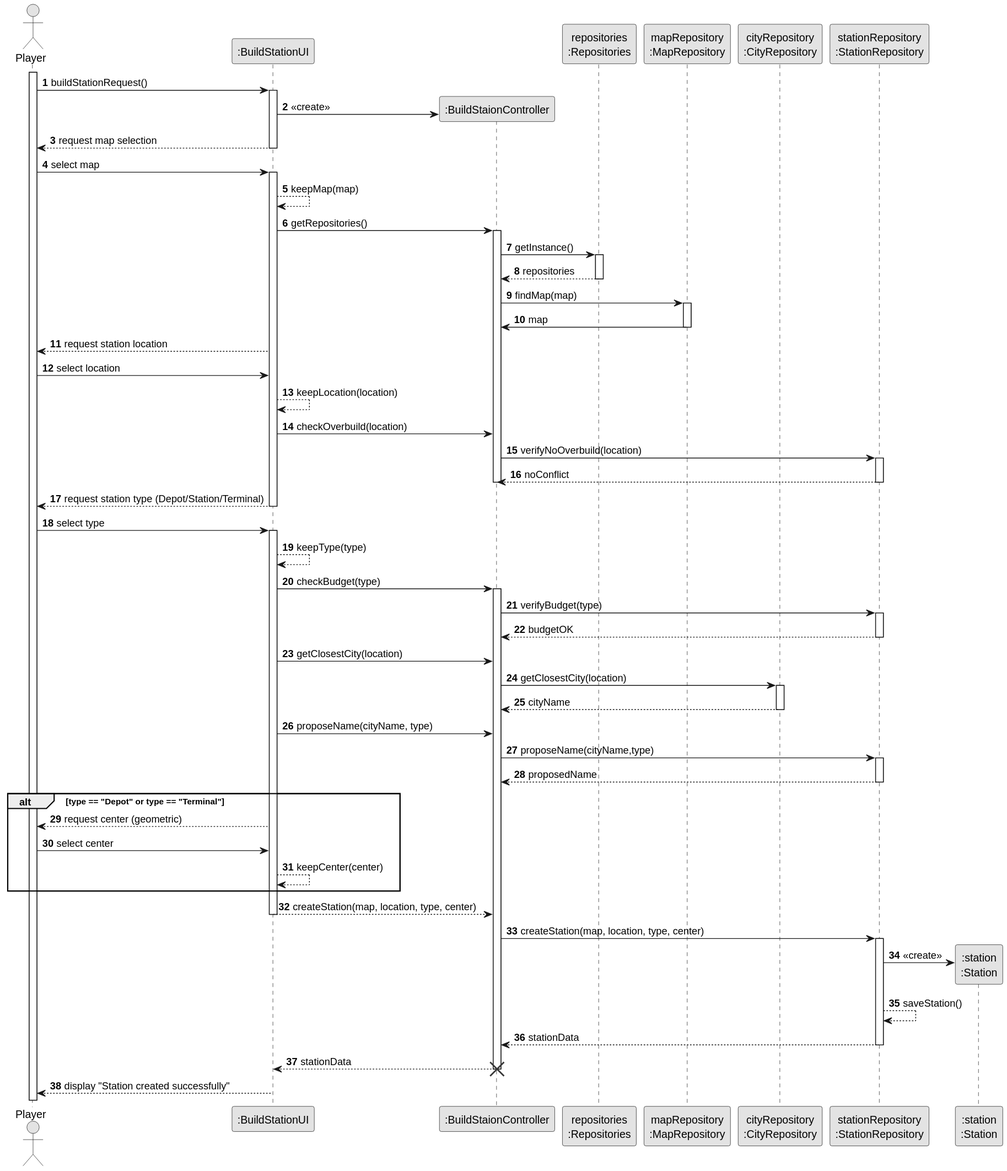
The PlantUML diagram docs/system-documentation/US005/03.design/svg/US005-SD.svg in goncalolopesp/sem2-pi-24.25-g093-repo, before a commit.
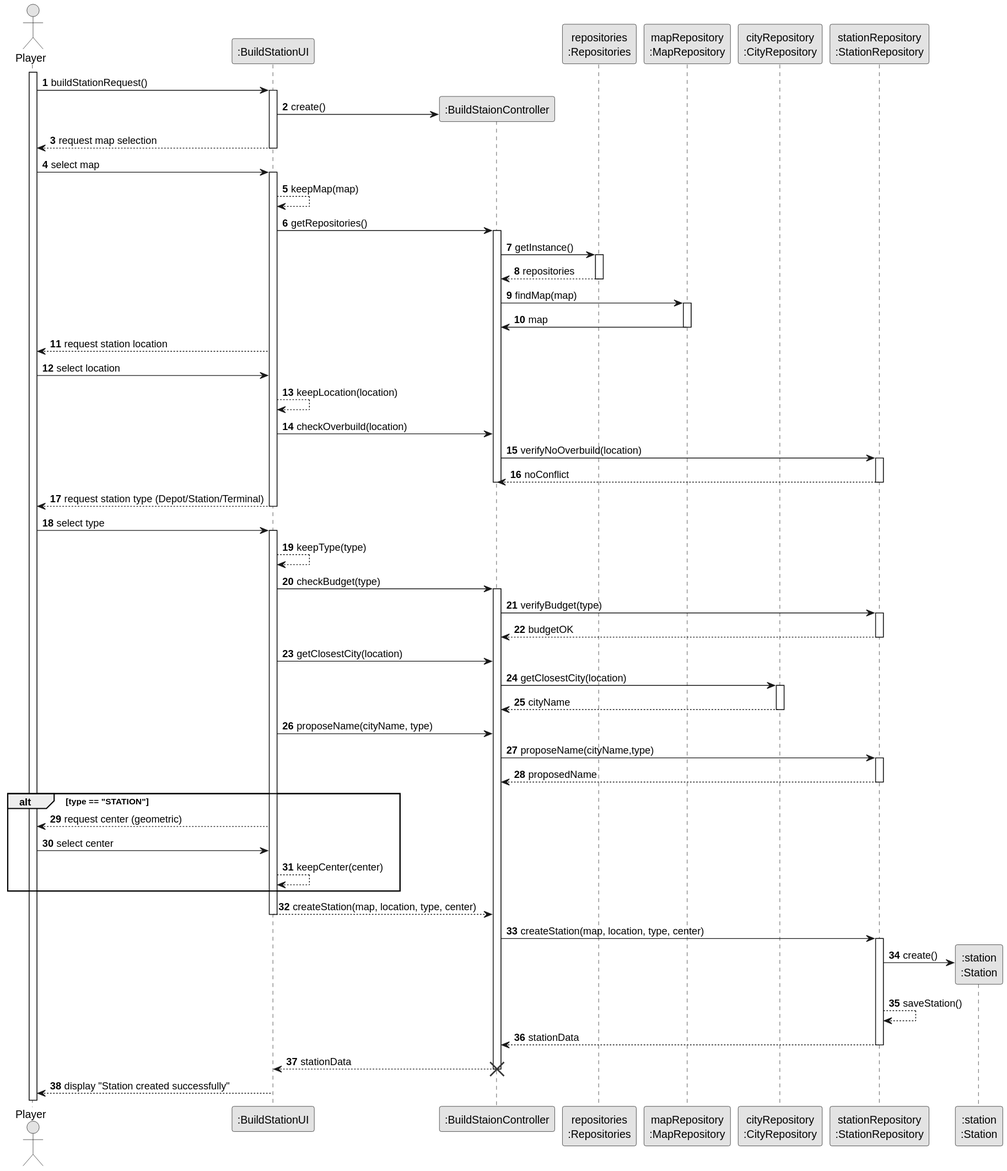
The same diagram one commit later.

Change to the diagram source:
```diff
@@ -14,7 +14,7 @@
 Player -> BuildStationUI : buildStationRequest()
 create ":BuildStaionController" as BuildStationController
 activate BuildStationUI
-BuildStationUI -> BuildStationController: <<create>>
+BuildStationUI -> BuildStationController: create()
 participant "repositories\n:Repositories" as Repositories
 participant "mapRepository\n:MapRepository" as MapRepository
 participant "cityRepository\n:CityRepository" as CityRepository
@@ -81,7 +81,7 @@
 deactivate StationRepository
 
 
-alt type == "Depot" or type == "Terminal"
+alt type == "STATION"
   BuildStationUI --> Player : request center (geometric)
   Player -> BuildStationUI : select center
   BuildStationUI --> BuildStationUI : keepCenter(center)
@@ -93,7 +93,7 @@
 activate StationRepository
 create ":station\n:Station" as Station
 
-StationRepository -> Station: <<create>>
+StationRepository -> Station: create()
 
 StationRepository --> StationRepository : saveStation()
 StationRepository --> BuildStationController : stationData
```
